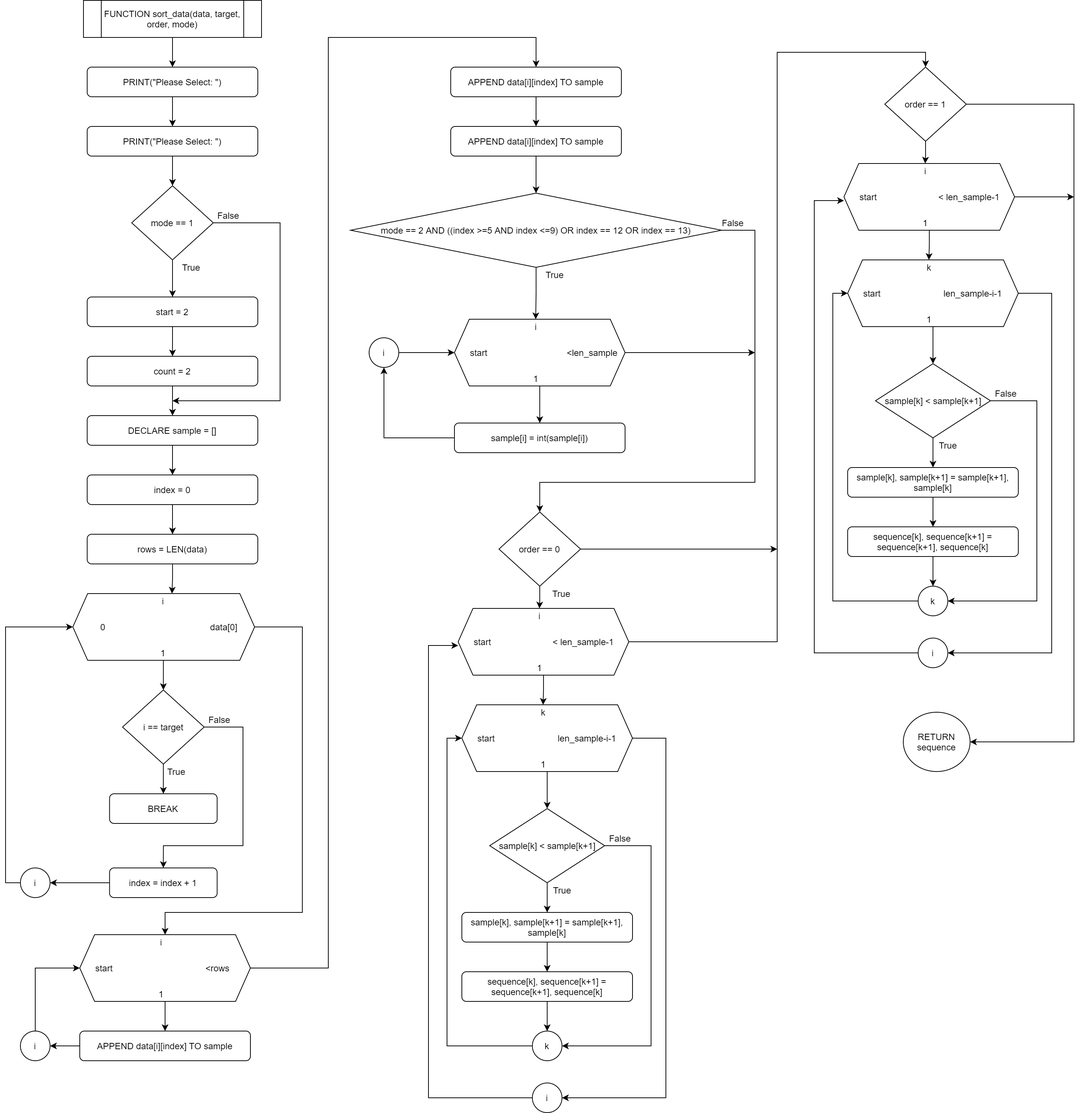
The draw.io diagram Flowchart/default/sort_data.png in RabbitBear00/Car-Rental-System, before a commit. Source tidied: cells renumbered, new cells last; positions are measured from the earlier drawing's top-left corner, leaving out a move shared by most shapes.
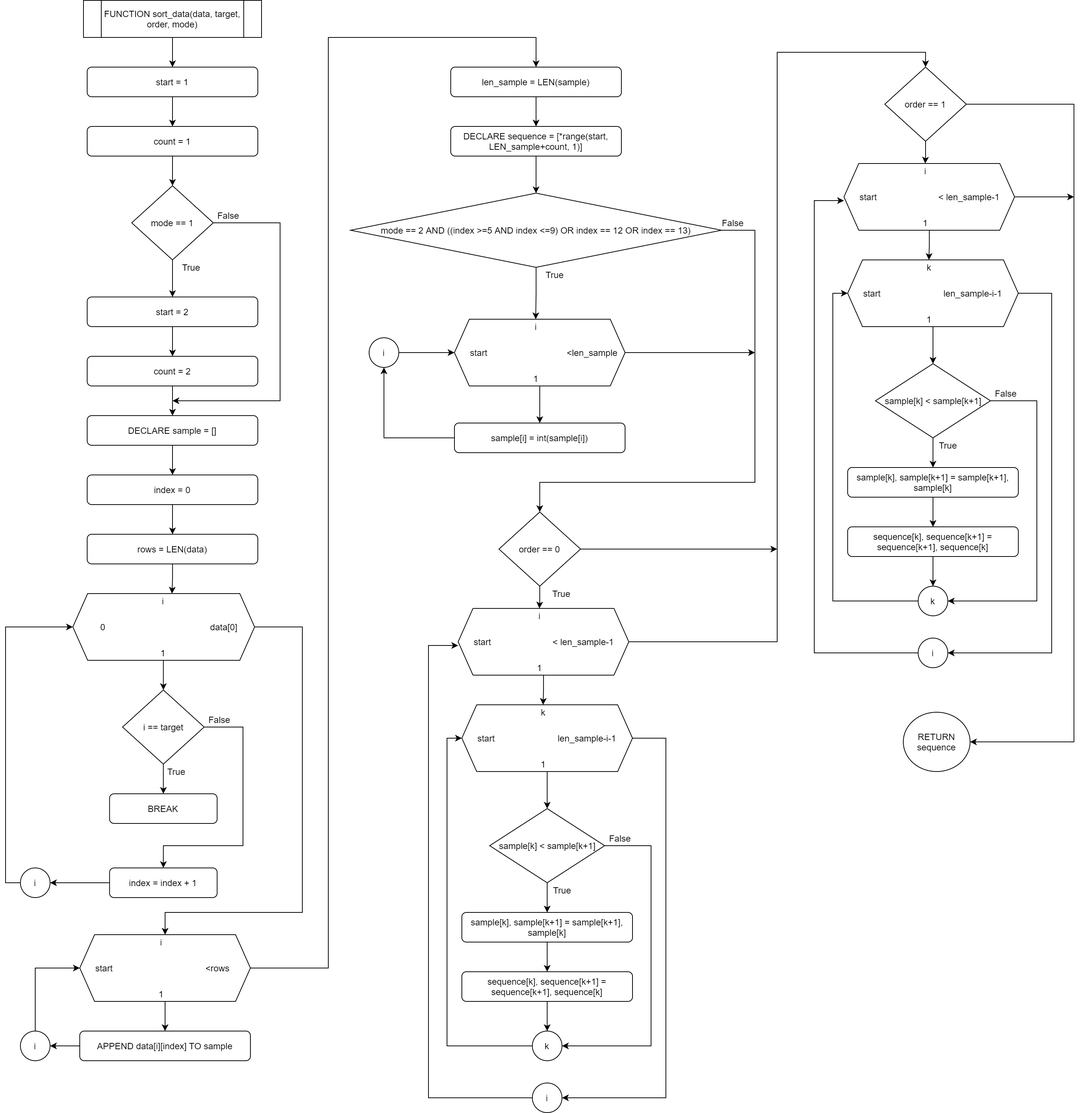
After the commit.

Change to the diagram source:
```diff
@@ -5,7 +5,7 @@
     <mxCell id="2" style="edgeStyle=orthogonalEdgeStyle;rounded=0;jettySize=auto;html=1;" parent="1" edge="1" source="3" target="7">
       <mxGeometry relative="1" as="geometry" />
     </mxCell>
-    <mxCell id="3" value="PRINT(&quot;Please Select: &quot;)" style="rounded=1;whiteSpace=wrap;html=1;" parent="1" vertex="1">
+    <mxCell id="3" value="start = 1" style="rounded=1;whiteSpace=wrap;html=1;" parent="1" vertex="1">
       <mxGeometry x="110" y="90" width="230" height="40" as="geometry" />
     </mxCell>
     <mxCell id="4" style="edgeStyle=orthogonalEdgeStyle;rounded=0;jettySize=auto;html=1;" parent="1" edge="1" source="5" target="3">
@@ -17,7 +17,7 @@
     <mxCell id="6" style="edgeStyle=orthogonalEdgeStyle;rounded=0;jettySize=auto;html=1;" parent="1" edge="1" source="7" target="10">
       <mxGeometry relative="1" as="geometry" />
     </mxCell>
-    <mxCell id="7" value="PRINT(&quot;Please Select: &quot;)" style="rounded=1;whiteSpace=wrap;html=1;" parent="1" vertex="1">
+    <mxCell id="7" value="count = 1" style="rounded=1;whiteSpace=wrap;html=1;" parent="1" vertex="1">
       <mxGeometry x="110" y="170" width="230" height="40" as="geometry" />
     </mxCell>
     <mxCell id="8" style="edgeStyle=orthogonalEdgeStyle;rounded=0;jettySize=auto;html=1;" parent="1" edge="1" source="10" target="12">
@@ -176,7 +176,7 @@
     <mxCell id="50" style="edgeStyle=orthogonalEdgeStyle;rounded=0;jettySize=auto;html=1;" parent="1" edge="1" source="51" target="54">
       <mxGeometry relative="1" as="geometry" />
     </mxCell>
-    <mxCell id="51" value="APPEND data[i][index] TO sample" style="rounded=1;whiteSpace=wrap;html=1;" parent="1" vertex="1">
+    <mxCell id="51" value="len_sample = LEN(sample)" style="rounded=1;whiteSpace=wrap;html=1;" parent="1" vertex="1">
       <mxGeometry x="600" y="90" width="230" height="40" as="geometry" />
     </mxCell>
     <mxCell id="52" style="edgeStyle=orthogonalEdgeStyle;rounded=0;jettySize=auto;html=1;entryX=0.5;entryY=0;entryDx=0;entryDy=0;" parent="1" edge="1" source="39" target="51">
@@ -191,7 +191,7 @@
     <mxCell id="53" style="edgeStyle=orthogonalEdgeStyle;rounded=0;jettySize=auto;html=1;" parent="1" edge="1" source="54" target="57">
       <mxGeometry relative="1" as="geometry" />
     </mxCell>
-    <mxCell id="54" value="APPEND data[i][index] TO sample" style="rounded=1;whiteSpace=wrap;html=1;" parent="1" vertex="1">
+    <mxCell id="54" value="DECLARE sequence = [*range(start, LEN_sample+count, 1)]" style="rounded=1;whiteSpace=wrap;html=1;" parent="1" vertex="1">
       <mxGeometry x="600" y="170" width="230" height="40" as="geometry" />
     </mxCell>
     <mxCell id="55" style="edgeStyle=orthogonalEdgeStyle;rounded=0;jettySize=auto;html=1;entryX=0.5;entryY=0;entryDx=0;entryDy=0;" parent="1" edge="1" source="57" target="60">
```
